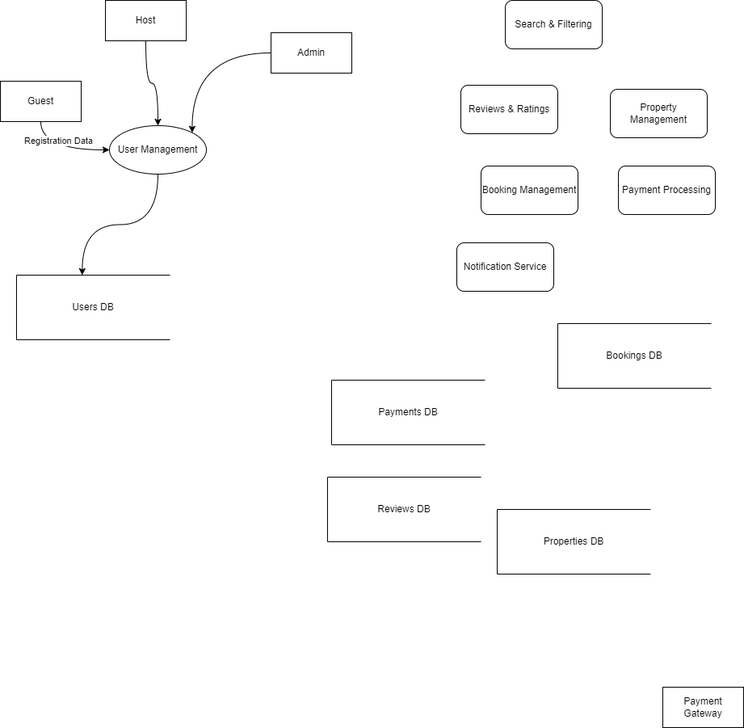
patcreator/alx-airbnb-project-documentation keeps this draw.io diagram as data-flow-diagram/Airbnb-Clone-Data-Flow-Diagram.drawio.png. Above is the earlier version. Source tidied: cells renumbered, new cells last; positions are measured from the earlier drawing's top-left corner, leaving out a move shared by most shapes. The source it was exported from:
```xml
<mxGraphModel>
  <root>
    <mxCell id="0" />
    <mxCell id="1" parent="0" />
    <mxCell id="2" style="edgeStyle=orthogonalEdgeStyle;rounded=0;jettySize=auto;html=1;exitX=0.5;exitY=1;exitDx=0;exitDy=0;entryX=0;entryY=0.5;entryDx=0;entryDy=0;curved=1;" parent="1" edge="1" source="4" target="10">
      <mxGeometry relative="1" as="geometry" />
    </mxCell>
    <mxCell id="3" value="Registration Data" style="edgeLabel;html=1;align=center;verticalAlign=middle;" parent="2" vertex="1">
      <mxGeometry x="-0.07" y="12" relative="1" as="geometry" />
    </mxCell>
    <mxCell id="4" value="Guest" style="html=1;dashed=0;whiteSpace=wrap;" parent="1" vertex="1">
      <mxGeometry y="100" width="100" height="50" as="geometry" />
    </mxCell>
    <mxCell id="5" style="edgeStyle=orthogonalEdgeStyle;rounded=0;jettySize=auto;html=1;curved=1;" parent="1" edge="1" source="6" target="10">
      <mxGeometry relative="1" as="geometry" />
    </mxCell>
    <mxCell id="6" value="Host" style="html=1;dashed=0;whiteSpace=wrap;" parent="1" vertex="1">
      <mxGeometry x="130" width="100" height="50" as="geometry" />
    </mxCell>
    <mxCell id="7" style="edgeStyle=orthogonalEdgeStyle;rounded=0;jettySize=auto;html=1;entryX=1;entryY=0;entryDx=0;entryDy=0;curved=1;" parent="1" edge="1" source="8" target="10">
      <mxGeometry relative="1" as="geometry" />
    </mxCell>
    <mxCell id="8" value="Admin" style="html=1;dashed=0;whiteSpace=wrap;" parent="1" vertex="1">
      <mxGeometry x="335" y="40" width="100" height="50" as="geometry" />
    </mxCell>
    <mxCell id="9" value="Payment Gateway" style="html=1;dashed=0;whiteSpace=wrap;" parent="1" vertex="1">
      <mxGeometry x="820" y="850" width="100" height="50" as="geometry" />
    </mxCell>
    <mxCell id="10" value="&lt;div&gt;User Management&lt;/div&gt;" style="rounded=1;whiteSpace=wrap;html=1;arcSize=28;shape=ellipse;perimeter=ellipsePerimeter;" parent="1" vertex="1">
      <mxGeometry x="135" y="155" width="120" height="60" as="geometry" />
    </mxCell>
    <mxCell id="11" value="&lt;div&gt;Property Management&lt;/div&gt;" style="rounded=1;whiteSpace=wrap;html=1;" parent="1" vertex="1">
      <mxGeometry x="755" y="110" width="120" height="60" as="geometry" />
    </mxCell>
    <mxCell id="12" value="&lt;div&gt;Search &amp;amp; Filtering&lt;/div&gt;" style="rounded=1;whiteSpace=wrap;html=1;" parent="1" vertex="1">
      <mxGeometry x="625" width="120" height="60" as="geometry" />
    </mxCell>
    <mxCell id="13" value="&lt;div&gt;Booking Management&lt;/div&gt;" style="rounded=1;whiteSpace=wrap;html=1;" parent="1" vertex="1">
      <mxGeometry x="595" y="205" width="120" height="60" as="geometry" />
    </mxCell>
    <mxCell id="14" value="&lt;div&gt;Payment Processing&lt;/div&gt;" style="rounded=1;whiteSpace=wrap;html=1;" parent="1" vertex="1">
      <mxGeometry x="765" y="205" width="120" height="60" as="geometry" />
    </mxCell>
    <mxCell id="15" value="&lt;div&gt;Reviews &amp;amp; Ratings&lt;/div&gt;" style="rounded=1;whiteSpace=wrap;html=1;" parent="1" vertex="1">
      <mxGeometry x="570" y="105" width="120" height="60" as="geometry" />
    </mxCell>
    <mxCell id="16" value="&lt;div&gt;Notification Service&lt;/div&gt;" style="rounded=1;whiteSpace=wrap;html=1;" parent="1" vertex="1">
      <mxGeometry x="565" y="300" width="120" height="60" as="geometry" />
    </mxCell>
    <mxCell id="17" value="&lt;div&gt;Users DB&lt;/div&gt;" style="html=1;dashed=0;whiteSpace=wrap;shape=partialRectangle;right=0;" parent="1" vertex="1">
      <mxGeometry x="20" y="340" width="190" height="80" as="geometry" />
    </mxCell>
    <mxCell id="18" value="&lt;div&gt;Properties DB&lt;/div&gt;" style="html=1;dashed=0;whiteSpace=wrap;shape=partialRectangle;right=0;" parent="1" vertex="1">
      <mxGeometry x="615" y="630" width="190" height="80" as="geometry" />
    </mxCell>
    <mxCell id="19" value="&lt;div&gt;Bookings DB&lt;/div&gt;" style="html=1;dashed=0;whiteSpace=wrap;shape=partialRectangle;right=0;" parent="1" vertex="1">
      <mxGeometry x="690" y="400" width="190" height="80" as="geometry" />
    </mxCell>
    <mxCell id="20" value="&lt;div&gt;Payments DB&lt;/div&gt;" style="html=1;dashed=0;whiteSpace=wrap;shape=partialRectangle;right=0;" parent="1" vertex="1">
      <mxGeometry x="410" y="470" width="190" height="80" as="geometry" />
    </mxCell>
    <mxCell id="21" value="&lt;div&gt;Reviews DB&lt;/div&gt;" style="html=1;dashed=0;whiteSpace=wrap;shape=partialRectangle;right=0;" parent="1" vertex="1">
      <mxGeometry x="405" y="590" width="190" height="80" as="geometry" />
    </mxCell>
    <mxCell id="22" style="edgeStyle=orthogonalEdgeStyle;rounded=0;jettySize=auto;html=1;exitX=0.5;exitY=1;exitDx=0;exitDy=0;entryX=0.428;entryY=0;entryDx=0;entryDy=0;entryPerimeter=0;curved=1;" parent="1" edge="1" source="10" target="17">
      <mxGeometry relative="1" as="geometry" />
    </mxCell>
  </root>
</mxGraphModel>
```
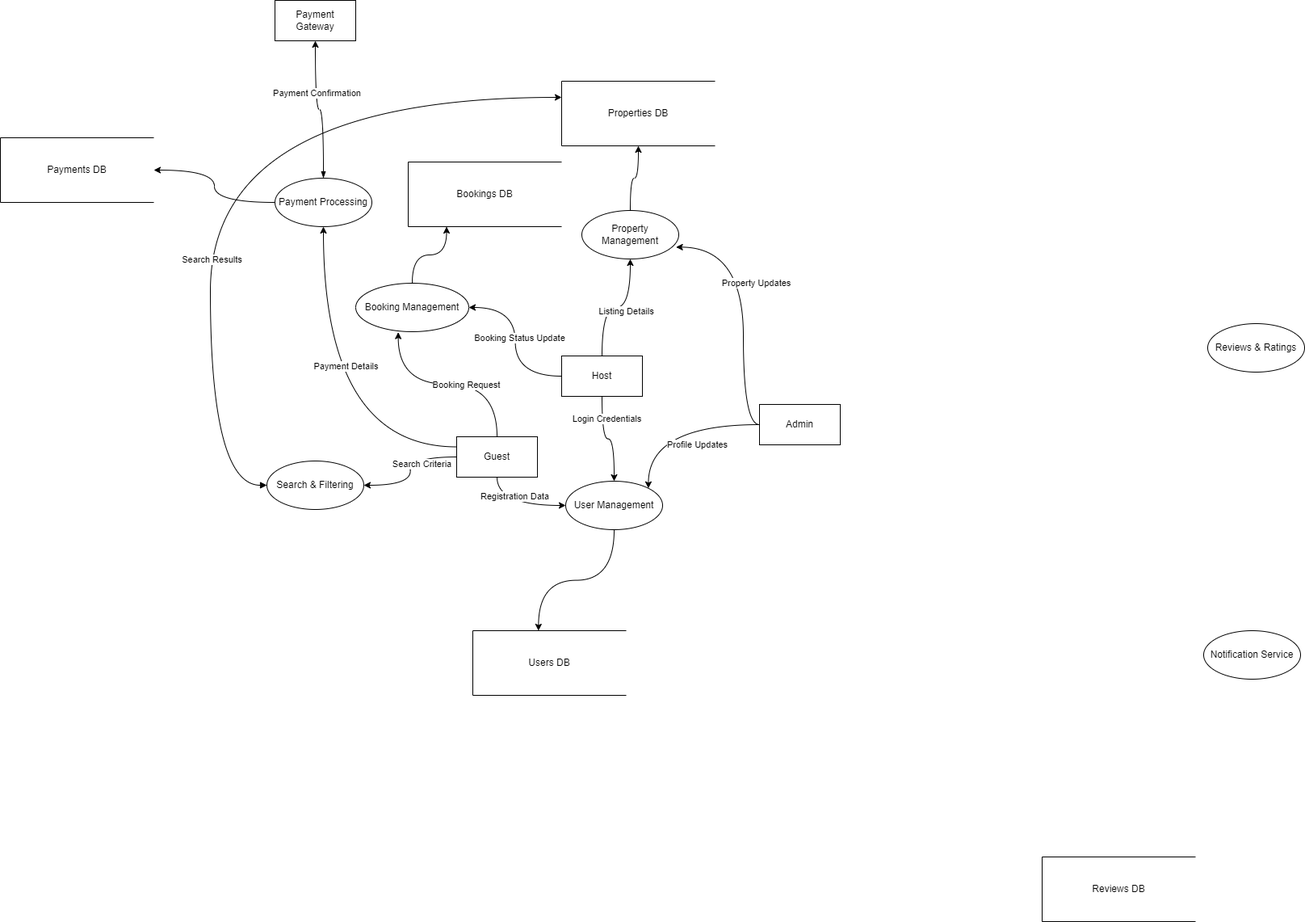
Above is the later version.

Diff of the diagram source:
```diff
@@ -8,62 +8,141 @@
     <mxCell id="3" value="Registration Data" style="edgeLabel;html=1;align=center;verticalAlign=middle;" parent="2" vertex="1">
       <mxGeometry x="-0.07" y="12" relative="1" as="geometry" />
     </mxCell>
+    <mxCell id="23" style="edgeStyle=orthogonalEdgeStyle;rounded=0;jettySize=auto;html=1;exitX=0;exitY=0.5;exitDx=0;exitDy=0;entryX=1;entryY=0.5;entryDx=0;entryDy=0;curved=1;" parent="1" edge="1" source="4" target="12">
+      <mxGeometry relative="1" as="geometry" />
+    </mxCell>
+    <mxCell id="24" value="Search Criteria" style="edgeLabel;html=1;align=center;verticalAlign=middle;" parent="23" vertex="1">
+      <mxGeometry x="-0.42" y="8" relative="1" as="geometry" />
+    </mxCell>
+    <mxCell id="25" style="edgeStyle=orthogonalEdgeStyle;rounded=0;jettySize=auto;html=1;exitX=0;exitY=0.25;exitDx=0;exitDy=0;curved=1;" parent="1" edge="1" source="4" target="14">
+      <mxGeometry relative="1" as="geometry" />
+    </mxCell>
+    <mxCell id="26" value="Payment Details" style="edgeLabel;html=1;align=center;verticalAlign=middle;" parent="25" vertex="1">
+      <mxGeometry x="0.21" y="-27" relative="1" as="geometry" />
+    </mxCell>
     <mxCell id="4" value="Guest" style="html=1;dashed=0;whiteSpace=wrap;" parent="1" vertex="1">
       <mxGeometry y="100" width="100" height="50" as="geometry" />
     </mxCell>
     <mxCell id="5" style="edgeStyle=orthogonalEdgeStyle;rounded=0;jettySize=auto;html=1;curved=1;" parent="1" edge="1" source="6" target="10">
       <mxGeometry relative="1" as="geometry" />
     </mxCell>
+    <mxCell id="27" value="Login Credentials" style="edgeLabel;html=1;align=center;verticalAlign=middle;" parent="5" vertex="1">
+      <mxGeometry x="-0.56" y="5" relative="1" as="geometry">
+        <mxPoint y="1" as="offset" />
+      </mxGeometry>
+    </mxCell>
+    <mxCell id="28" style="edgeStyle=orthogonalEdgeStyle;rounded=0;jettySize=auto;html=1;entryX=0.5;entryY=1;entryDx=0;entryDy=0;curved=1;" parent="1" edge="1" source="6" target="11">
+      <mxGeometry relative="1" as="geometry" />
+    </mxCell>
+    <mxCell id="29" value="Listing Details" style="edgeLabel;html=1;align=center;verticalAlign=middle;" parent="28" vertex="1">
+      <mxGeometry x="0.15" y="-4" relative="1" as="geometry">
+        <mxPoint x="-1" as="offset" />
+      </mxGeometry>
+    </mxCell>
+    <mxCell id="30" style="edgeStyle=orthogonalEdgeStyle;rounded=0;jettySize=auto;html=1;entryX=1;entryY=0.5;entryDx=0;entryDy=0;curved=1;" parent="1" edge="1" source="6" target="13">
+      <mxGeometry relative="1" as="geometry" />
+    </mxCell>
+    <mxCell id="31" value="Booking Status Update" style="edgeLabel;html=1;align=center;verticalAlign=middle;" parent="30" vertex="1">
+      <mxGeometry x="0.05" y="-4" relative="1" as="geometry">
+        <mxPoint y="1" as="offset" />
+      </mxGeometry>
+    </mxCell>
     <mxCell id="6" value="Host" style="html=1;dashed=0;whiteSpace=wrap;" parent="1" vertex="1">
       <mxGeometry x="130" width="100" height="50" as="geometry" />
     </mxCell>
     <mxCell id="7" style="edgeStyle=orthogonalEdgeStyle;rounded=0;jettySize=auto;html=1;entryX=1;entryY=0;entryDx=0;entryDy=0;curved=1;" parent="1" edge="1" source="8" target="10">
       <mxGeometry relative="1" as="geometry" />
     </mxCell>
+    <mxCell id="32" value="Profile Updates" style="edgeLabel;html=1;align=center;verticalAlign=middle;" parent="7" vertex="1">
+      <mxGeometry x="-0.29" y="24" relative="1" as="geometry" />
+    </mxCell>
     <mxCell id="8" value="Admin" style="html=1;dashed=0;whiteSpace=wrap;" parent="1" vertex="1">
-      <mxGeometry x="335" y="40" width="100" height="50" as="geometry" />
+      <mxGeometry x="375" y="60" width="100" height="50" as="geometry" />
     </mxCell>
     <mxCell id="9" value="Payment Gateway" style="html=1;dashed=0;whiteSpace=wrap;" parent="1" vertex="1">
-      <mxGeometry x="820" y="850" width="100" height="50" as="geometry" />
+      <mxGeometry x="-225" y="-440" width="100" height="50" as="geometry" />
     </mxCell>
     <mxCell id="10" value="&lt;div&gt;User Management&lt;/div&gt;" style="rounded=1;whiteSpace=wrap;html=1;arcSize=28;shape=ellipse;perimeter=ellipsePerimeter;" parent="1" vertex="1">
       <mxGeometry x="135" y="155" width="120" height="60" as="geometry" />
     </mxCell>
+    <mxCell id="33" style="edgeStyle=orthogonalEdgeStyle;rounded=0;jettySize=auto;html=1;entryX=0.5;entryY=1;entryDx=0;entryDy=0;curved=1;" parent="1" edge="1" source="11" target="18">
+      <mxGeometry relative="1" as="geometry" />
+    </mxCell>
-    <mxCell id="11" value="&lt;div&gt;Property Management&lt;/div&gt;" style="rounded=1;whiteSpace=wrap;html=1;" parent="1" vertex="1">
-      <mxGeometry x="755" y="110" width="120" height="60" as="geometry" />
+    <mxCell id="11" value="&lt;div&gt;Property Management&lt;/div&gt;" style="rounded=1;whiteSpace=wrap;html=1;shape=ellipse;perimeter=ellipsePerimeter;" parent="1" vertex="1">
+      <mxGeometry x="155" y="-180" width="120" height="60" as="geometry" />
     </mxCell>
+    <mxCell id="34" style="edgeStyle=orthogonalEdgeStyle;rounded=0;jettySize=auto;html=1;exitX=0;exitY=0.5;exitDx=0;exitDy=0;entryX=0;entryY=0.25;entryDx=0;entryDy=0;curved=1;startArrow=block;startFill=1;" parent="1" edge="1" source="12" target="18">
+      <mxGeometry relative="1" as="geometry">
+        <Array as="points">
+          <mxPoint x="-305" y="160" />
+          <mxPoint x="-305" y="-320" />
+        </Array>
+      </mxGeometry>
+    </mxCell>
+    <mxCell id="35" value="Search Results" style="edgeLabel;html=1;align=center;verticalAlign=middle;" parent="34" vertex="1">
+      <mxGeometry x="-0.29" y="-1" relative="1" as="geometry" />
+    </mxCell>
-    <mxCell id="12" value="&lt;div&gt;Search &amp;amp; Filtering&lt;/div&gt;" style="rounded=1;whiteSpace=wrap;html=1;" parent="1" vertex="1">
-      <mxGeometry x="625" width="120" height="60" as="geometry" />
+    <mxCell id="12" value="&lt;div&gt;Search &amp;amp; Filtering&lt;/div&gt;" style="rounded=1;whiteSpace=wrap;html=1;shape=ellipse;perimeter=ellipsePerimeter;" parent="1" vertex="1">
+      <mxGeometry x="-235" y="130" width="120" height="60" as="geometry" />
     </mxCell>
+    <mxCell id="36" style="edgeStyle=orthogonalEdgeStyle;rounded=0;jettySize=auto;html=1;entryX=0.25;entryY=1;entryDx=0;entryDy=0;curved=1;" parent="1" edge="1" source="13" target="19">
+      <mxGeometry relative="1" as="geometry" />
+    </mxCell>
-    <mxCell id="13" value="&lt;div&gt;Booking Management&lt;/div&gt;" style="rounded=1;whiteSpace=wrap;html=1;" parent="1" vertex="1">
-      <mxGeometry x="595" y="205" width="120" height="60" as="geometry" />
+    <mxCell id="13" value="&lt;div&gt;Booking Management&lt;/div&gt;" style="rounded=1;whiteSpace=wrap;html=1;shape=ellipse;perimeter=ellipsePerimeter;" parent="1" vertex="1">
+      <mxGeometry x="-125" y="-90" width="140" height="60" as="geometry" />
     </mxCell>
+    <mxCell id="37" style="edgeStyle=orthogonalEdgeStyle;rounded=0;jettySize=auto;html=1;exitX=0;exitY=0.5;exitDx=0;exitDy=0;entryX=1;entryY=0.5;entryDx=0;entryDy=0;curved=1;" parent="1" edge="1" source="14" target="20">
+      <mxGeometry relative="1" as="geometry" />
+    </mxCell>
-    <mxCell id="14" value="&lt;div&gt;Payment Processing&lt;/div&gt;" style="rounded=1;whiteSpace=wrap;html=1;" parent="1" vertex="1">
-      <mxGeometry x="765" y="205" width="120" height="60" as="geometry" />
+    <mxCell id="14" value="&lt;div&gt;Payment Processing&lt;/div&gt;" style="rounded=1;whiteSpace=wrap;html=1;shape=ellipse;perimeter=ellipsePerimeter;" parent="1" vertex="1">
+      <mxGeometry x="-225" y="-220" width="120" height="60" as="geometry" />
     </mxCell>
-    <mxCell id="15" value="&lt;div&gt;Reviews &amp;amp; Ratings&lt;/div&gt;" style="rounded=1;whiteSpace=wrap;html=1;" parent="1" vertex="1">
-      <mxGeometry x="570" y="105" width="120" height="60" as="geometry" />
+    <mxCell id="15" value="&lt;div&gt;Reviews &amp;amp; Ratings&lt;/div&gt;" style="rounded=1;whiteSpace=wrap;html=1;shape=ellipse;perimeter=ellipsePerimeter;" parent="1" vertex="1">
+      <mxGeometry x="930" y="-40" width="120" height="60" as="geometry" />
     </mxCell>
-    <mxCell id="16" value="&lt;div&gt;Notification Service&lt;/div&gt;" style="rounded=1;whiteSpace=wrap;html=1;" parent="1" vertex="1">
-      <mxGeometry x="565" y="300" width="120" height="60" as="geometry" />
+    <mxCell id="16" value="&lt;div&gt;Notification Service&lt;/div&gt;" style="rounded=1;whiteSpace=wrap;html=1;shape=ellipse;perimeter=ellipsePerimeter;" parent="1" vertex="1">
+      <mxGeometry x="925" y="340" width="120" height="60" as="geometry" />
     </mxCell>
     <mxCell id="17" value="&lt;div&gt;Users DB&lt;/div&gt;" style="html=1;dashed=0;whiteSpace=wrap;shape=partialRectangle;right=0;" parent="1" vertex="1">
       <mxGeometry x="20" y="340" width="190" height="80" as="geometry" />
     </mxCell>
     <mxCell id="18" value="&lt;div&gt;Properties DB&lt;/div&gt;" style="html=1;dashed=0;whiteSpace=wrap;shape=partialRectangle;right=0;" parent="1" vertex="1">
-      <mxGeometry x="615" y="630" width="190" height="80" as="geometry" />
+      <mxGeometry x="130" y="-340" width="190" height="80" as="geometry" />
     </mxCell>
     <mxCell id="19" value="&lt;div&gt;Bookings DB&lt;/div&gt;" style="html=1;dashed=0;whiteSpace=wrap;shape=partialRectangle;right=0;" parent="1" vertex="1">
-      <mxGeometry x="690" y="400" width="190" height="80" as="geometry" />
+      <mxGeometry x="-60" y="-240" width="190" height="80" as="geometry" />
     </mxCell>
-    <mxCell id="20" value="&lt;div&gt;Payments DB&lt;/div&gt;" style="html=1;dashed=0;whiteSpace=wrap;shape=partialRectangle;right=0;" parent="1" vertex="1">
-      <mxGeometry x="410" y="470" width="190" height="80" as="geometry" />
-    </mxCell>
     <mxCell id="21" value="&lt;div&gt;Reviews DB&lt;/div&gt;" style="html=1;dashed=0;whiteSpace=wrap;shape=partialRectangle;right=0;" parent="1" vertex="1">
-      <mxGeometry x="405" y="590" width="190" height="80" as="geometry" />
+      <mxGeometry x="725" y="620" width="190" height="80" as="geometry" />
     </mxCell>
     <mxCell id="22" style="edgeStyle=orthogonalEdgeStyle;rounded=0;jettySize=auto;html=1;exitX=0.5;exitY=1;exitDx=0;exitDy=0;entryX=0.428;entryY=0;entryDx=0;entryDy=0;entryPerimeter=0;curved=1;" parent="1" edge="1" source="10" target="17">
       <mxGeometry relative="1" as="geometry" />
     </mxCell>
+    <mxCell id="38" style="edgeStyle=orthogonalEdgeStyle;rounded=0;jettySize=auto;html=1;entryX=0.972;entryY=0.756;entryDx=0;entryDy=0;entryPerimeter=0;curved=1;" parent="1" edge="1" source="8" target="11">
+      <mxGeometry relative="1" as="geometry">
+        <Array as="points">
+          <mxPoint x="355" y="85" />
+          <mxPoint x="355" y="-135" />
+        </Array>
+      </mxGeometry>
+    </mxCell>
+    <mxCell id="39" value="Property Updates" style="edgeLabel;html=1;align=center;verticalAlign=middle;" parent="38" vertex="1">
+      <mxGeometry x="0.22" y="-15" relative="1" as="geometry" />
+    </mxCell>
+    <mxCell id="40" style="edgeStyle=orthogonalEdgeStyle;rounded=0;jettySize=auto;html=1;entryX=0.376;entryY=1.011;entryDx=0;entryDy=0;entryPerimeter=0;curved=1;" parent="1" edge="1" source="4" target="13">
+      <mxGeometry relative="1" as="geometry" />
+    </mxCell>
+    <mxCell id="41" value="Booking Request" style="edgeLabel;html=1;align=center;verticalAlign=middle;" parent="40" vertex="1">
+      <mxGeometry x="-0.17" relative="1" as="geometry" />
+    </mxCell>
+    <mxCell id="42" style="edgeStyle=orthogonalEdgeStyle;rounded=0;jettySize=auto;html=1;entryX=0.5;entryY=1;entryDx=0;entryDy=0;curved=1;startArrow=blockThin;startFill=1;" parent="1" edge="1" source="14" target="9">
+      <mxGeometry relative="1" as="geometry" />
+    </mxCell>
+    <mxCell id="43" value="Payment Confirmation" style="edgeLabel;html=1;align=center;verticalAlign=middle;" parent="42" vertex="1">
+      <mxGeometry x="0.29" y="-1" relative="1" as="geometry" />
+    </mxCell>
+    <mxCell id="20" value="&lt;div&gt;Payments DB&lt;/div&gt;" style="html=1;dashed=0;whiteSpace=wrap;shape=partialRectangle;right=0;" parent="1" vertex="1">
+      <mxGeometry x="-565" y="-270" width="190" height="80" as="geometry" />
+    </mxCell>
   </root>
 </mxGraphModel>
```
